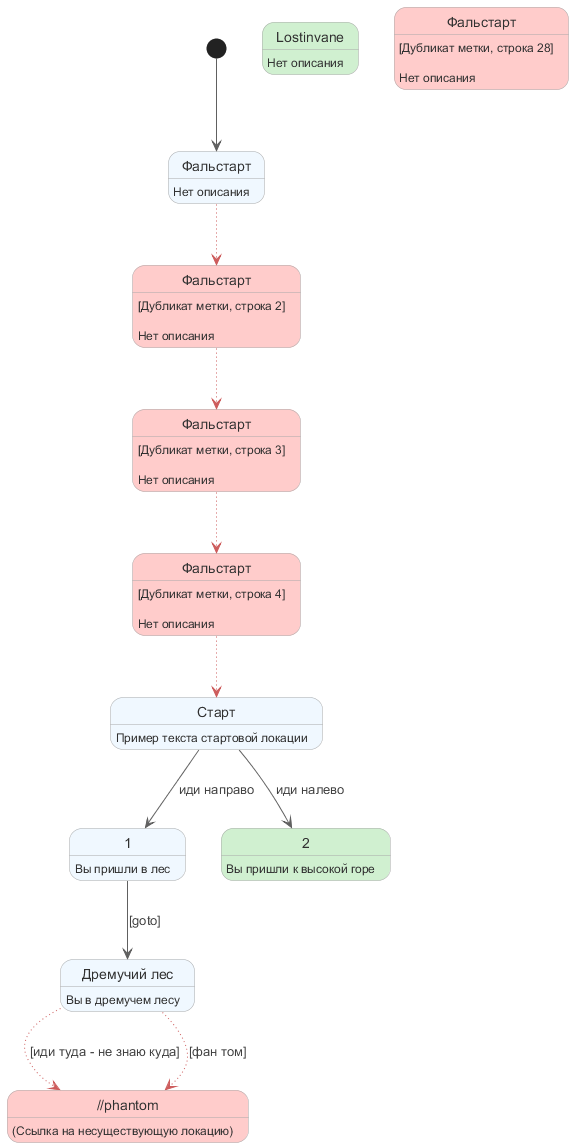
Above: tests/test.png in teenbull/urq2puml (PlantUML), before the change.
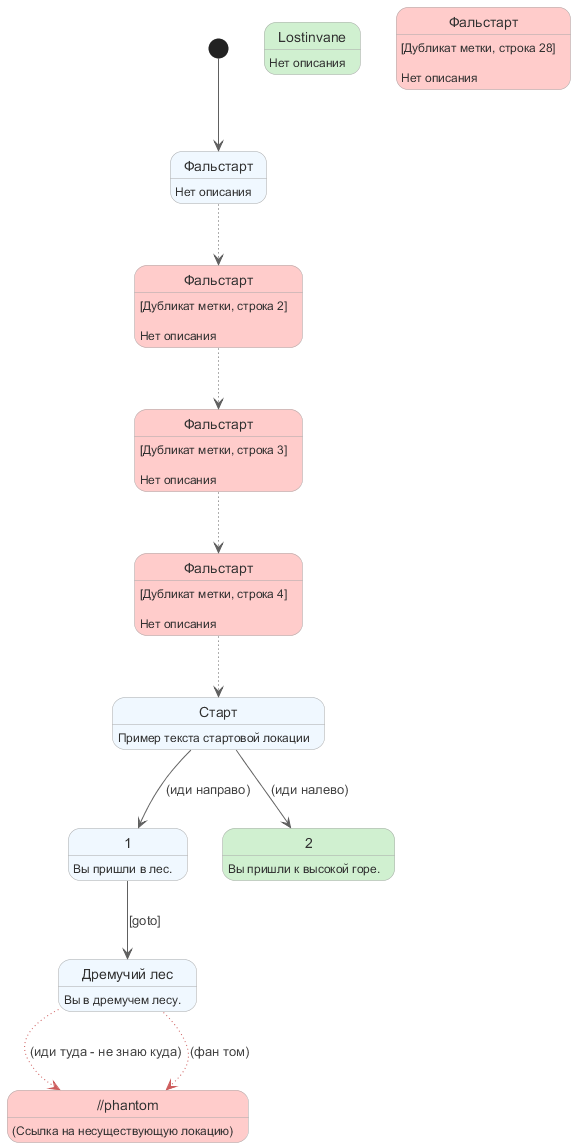
Later version of the same file.

Diff of the diagram source:
```diff
@@ -14,29 +14,29 @@
 state "Старт" as 4
 4: Пример текста стартовой локации
 state "Дремучий лес" as 5
-5: Вы в дремучем лесу
+5: Вы в дремучем лесу.
 state "1" as 6
-6: Вы пришли в лес
+6: Вы пришли в лес.
 state "2" as 7 #d0f0d0
-7: Вы пришли к высокой горе
+7: Вы пришли к высокой горе.
 state "Lostinvane" as 9 #d0f0d0
 9: Нет описания
+state "Фальстарт" as 1 #ffcccb
+1: [Дубликат метки, строка 2]\n\nНет описания
+state "Фальстарт" as 2 #ffcccb
+2: [Дубликат метки, строка 3]\n\nНет описания
+state "Фальстарт" as 3 #ffcccb
+3: [Дубликат метки, строка 4]\n\nНет описания
 state "Фальстарт" as 8 #ffcccb
 8: [Дубликат метки, строка 28]\n\nНет описания
-state "Фальстарт" as 3 #ffcccb
-3: [Дубликат метки, строка 4]\n\nНет описания
-state "Фальстарт" as 2 #ffcccb
-2: [Дубликат метки, строка 3]\n\nНет описания
-state "Фальстарт" as 1 #ffcccb
-1: [Дубликат метки, строка 2]\n\nНет описания
 [*] --> 0
-4 --> 6 : иди направо
-4 --> 7 : иди налево
-5 -[#CD5C5C,dotted]-> PHANTOM_NODE_URQ : [иди туда - не знаю куда]
-0 -[#CD5C5C,dotted]-> 1
-1 -[#CD5C5C,dotted]-> 2
-2 -[#CD5C5C,dotted]-> 3
-3 -[#CD5C5C,dotted]-> 4
-5 -[#CD5C5C,dotted]-> PHANTOM_NODE_URQ : [фан том]
+4 --> 6 : (иди направо)
+4 --> 7 : (иди налево)
+5 -[#CD5C5C,dotted]-> PHANTOM_NODE_URQ : (иди туда - не знаю куда)
+0 -[dotted]-> 1
+1 -[dotted]-> 2
+2 -[dotted]-> 3
+3 -[dotted]-> 4
+5 -[#CD5C5C,dotted]-> PHANTOM_NODE_URQ : (фан том)
 6 --> 5 : [goto]
 @enduml
```
